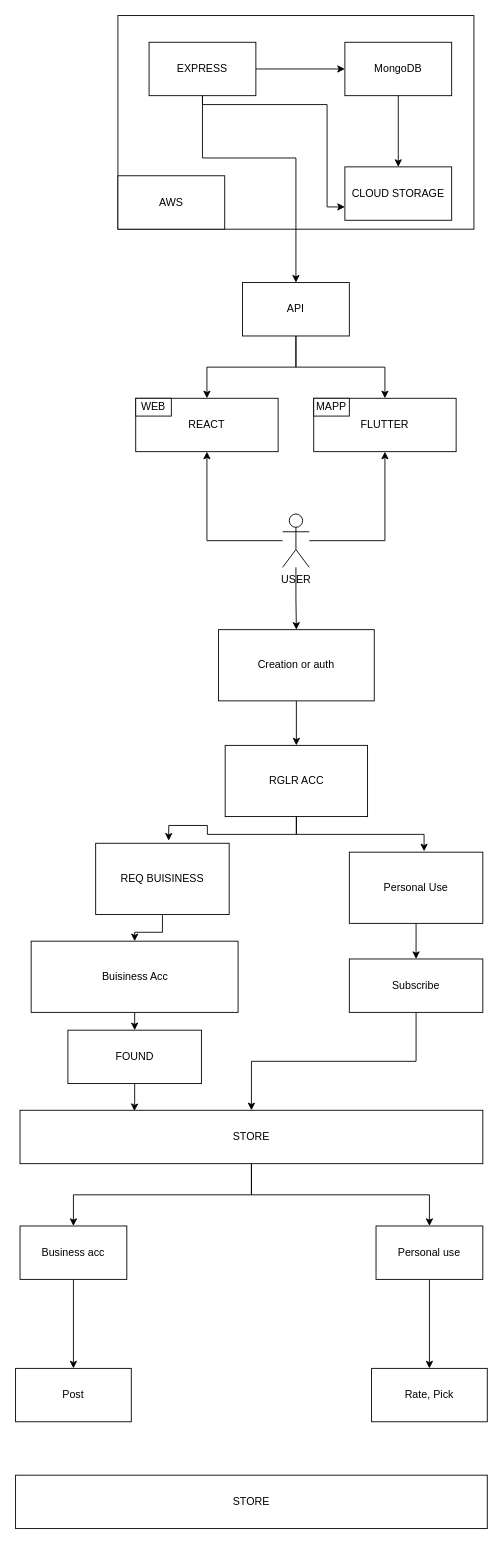
onlymachiavelli/draw.io keeps this draw.io diagram as draw.io/Untitled Diagram.drawio. Above is the earlier version. Source tidied: cells renumbered, new cells numbered last; positions are measured from the earlier drawing's top-left corner, leaving out a move shared by most shapes. Both pictures are drawn from the tidied source at 89%, with x=0, y=0 at pixel (15, 15).
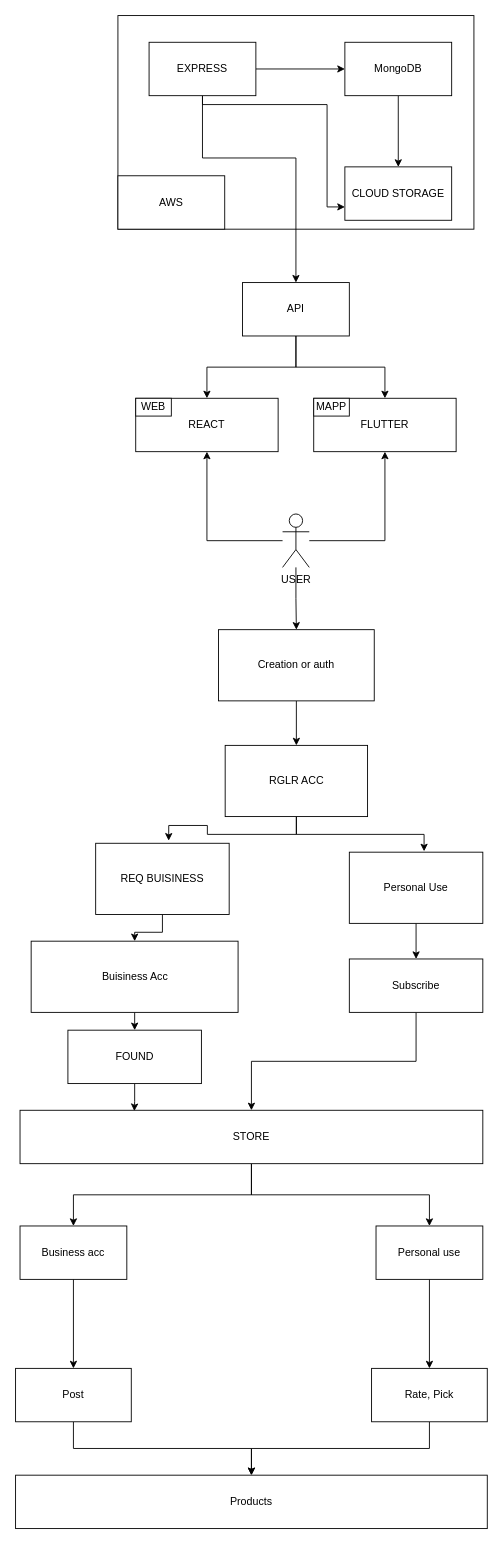
The same page after the edit.

The change refers to these unchanged cells:
```xml
<mxCell id="40" value="Post" style="rounded=0;whiteSpace=wrap;html=1;" parent="1" vertex="1">
  <mxGeometry y="1520" width="130" height="60" as="geometry" />
</mxCell>
<mxCell id="45" value="Rate, Pick" style="rounded=0;whiteSpace=wrap;html=1;" parent="1" vertex="1">
  <mxGeometry x="400" y="1520" width="130" height="60" as="geometry" />
</mxCell>
```

Diff of the diagram source:
```diff
@@
+    <mxCell id="47" style="edgeStyle=orthogonalEdgeStyle;rounded=0;jettySize=auto;html=1;" parent="1" edge="1" source="40" target="46">
+      <mxGeometry relative="1" as="geometry" />
+    </mxCell>
@@
+    <mxCell id="48" style="edgeStyle=orthogonalEdgeStyle;rounded=0;jettySize=auto;html=1;" parent="1" edge="1" source="45" target="46">
+      <mxGeometry relative="1" as="geometry" />
+    </mxCell>
@@
-    <mxCell id="46" value="STORE" style="rounded=0;whiteSpace=wrap;html=1;" parent="1" vertex="1">
+    <mxCell id="46" value="Products" style="rounded=0;whiteSpace=wrap;html=1;" parent="1" vertex="1">
       <mxGeometry y="1640" width="530" height="60" as="geometry" />
     </mxCell>
```
